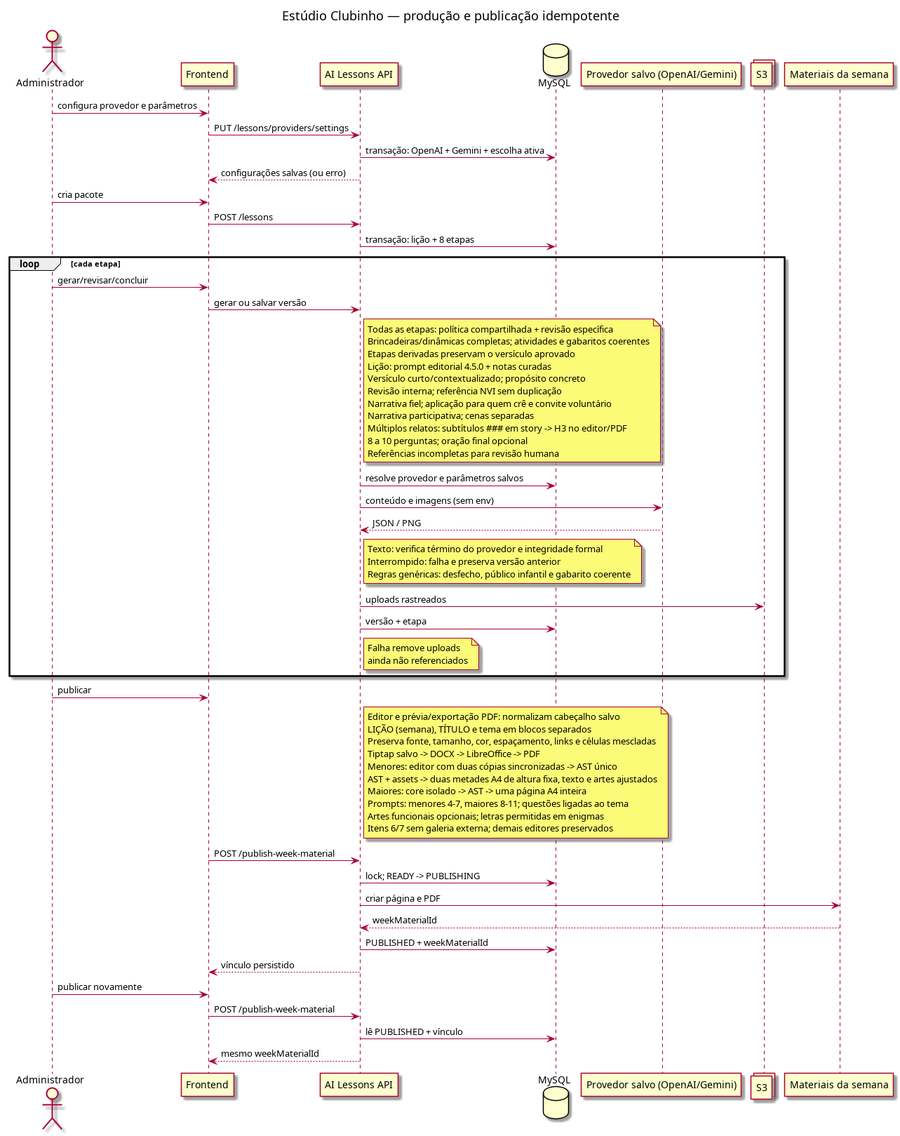
This is docs/diagrams/flow/ai-lessons/ai-lessons-flow.png from ministerioclubinhos/clubinhonib-api, a PlantUML export, as it was before one commit. Its source is kept beside it as docs/diagrams/flow/ai-lessons/ai-lessons-flow.puml.
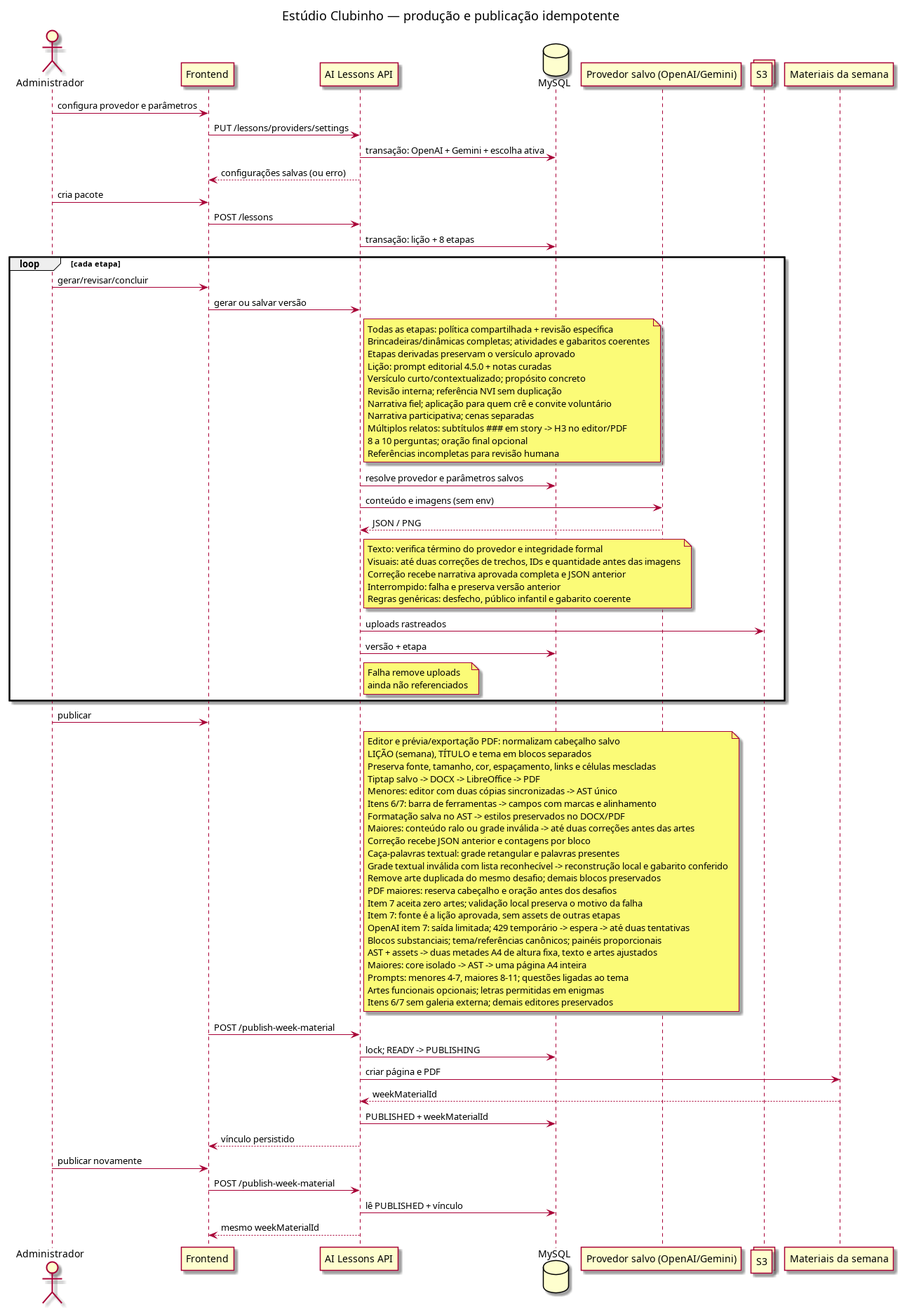
After the commit.

Diff of the diagram source:
```diff
@@ -38,6 +38,8 @@
   OpenAI --> API: JSON / PNG
   note right of API
     Texto: verifica término do provedor e integridade formal
+    Visuais: até duas correções de trechos, IDs e quantidade antes das imagens
+    Correção recebe narrativa aprovada completa e JSON anterior
     Interrompido: falha e preserva versão anterior
     Regras genéricas: desfecho, público infantil e gabarito coerente
   end note
@@ -56,6 +58,18 @@
   Preserva fonte, tamanho, cor, espaçamento, links e células mescladas
   Tiptap salvo -> DOCX -> LibreOffice -> PDF
   Menores: editor com duas cópias sincronizadas -> AST único
+  Itens 6/7: barra de ferramentas -> campos com marcas e alinhamento
+  Formatação salva no AST -> estilos preservados no DOCX/PDF
+  Maiores: conteúdo ralo ou grade inválida -> até duas correções antes das artes
+  Correção recebe JSON anterior e contagens por bloco
+  Caça-palavras textual: grade retangular e palavras presentes
+  Grade textual inválida com lista reconhecível -> reconstrução local e gabarito conferido
+  Remove arte duplicada do mesmo desafio; demais blocos preservados
+  PDF maiores: reserva cabeçalho e oração antes dos desafios
+  Item 7 aceita zero artes; validação local preserva o motivo da falha
+  Item 7: fonte é a lição aprovada, sem assets de outras etapas
+  OpenAI item 7: saída limitada; 429 temporário -> espera -> até duas tentativas
+  Blocos substanciais; tema/referências canônicos; painéis proporcionais
   AST + assets -> duas metades A4 de altura fixa, texto e artes ajustados
   Maiores: core isolado -> AST -> uma página A4 inteira
   Prompts: menores 4-7, maiores 8-11; questões ligadas ao tema
```
